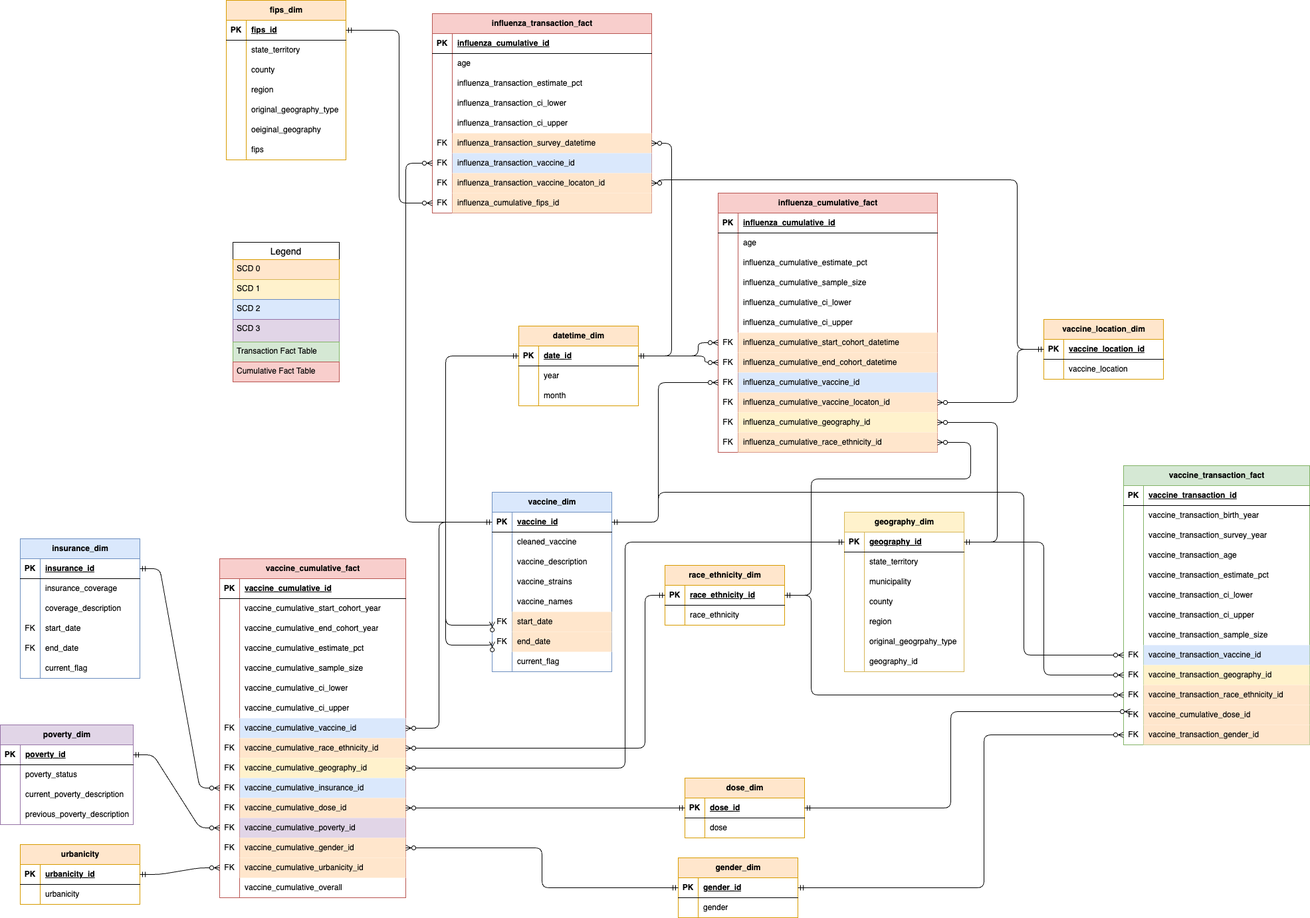
This is delta_report_erd.png from ameeracadam/cs689project, a draw.io export, as it was before one commit. Source tidied: cells renumbered, new cells last; positions are measured from the earlier drawing's top-left corner, leaving out a move shared by most shapes.
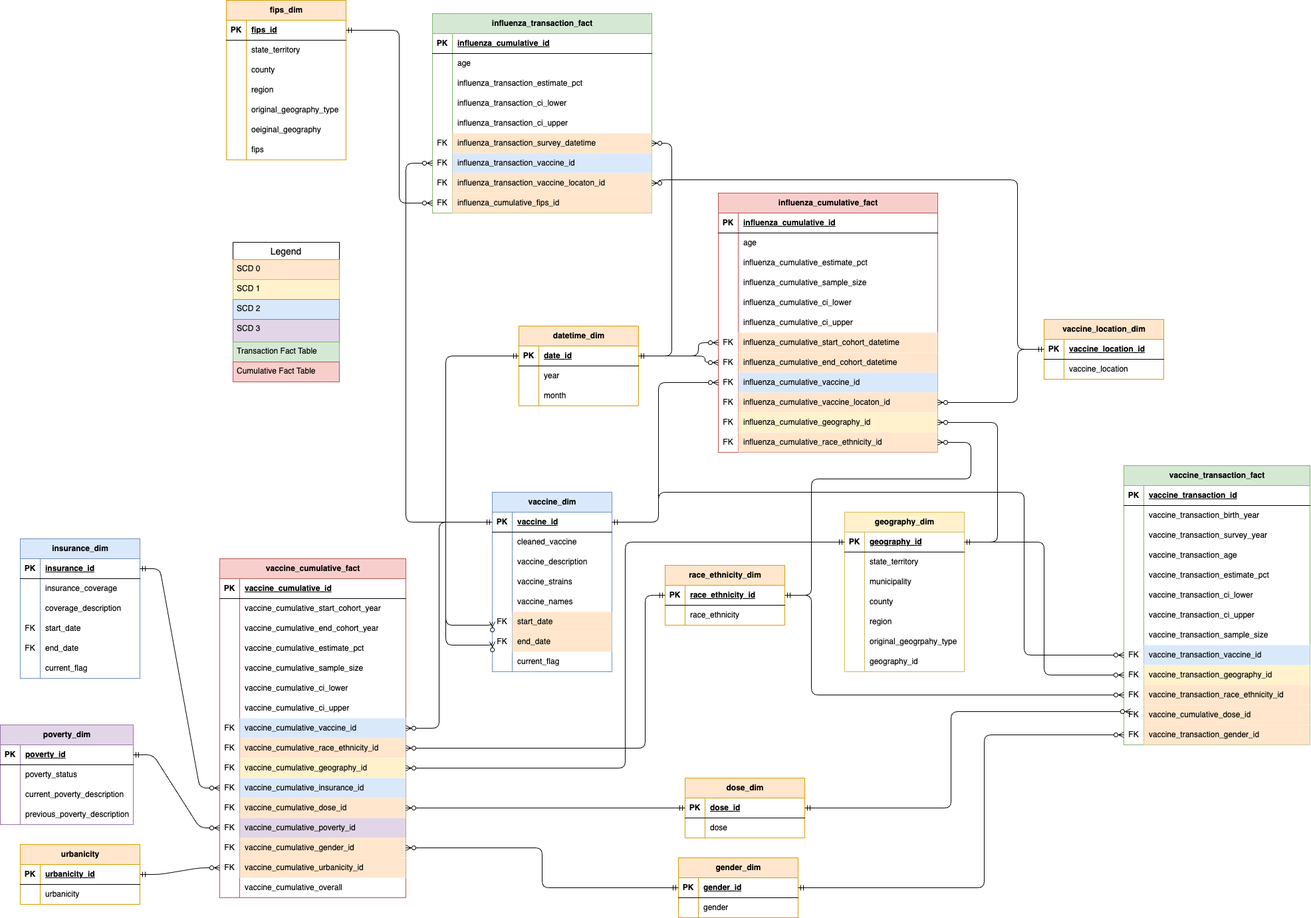
Above is the later version.

Diff of the diagram source:
```diff
@@ -926,7 +926,7 @@
         </Array>
       </mxGeometry>
     </mxCell>
-    <mxCell id="281" value="influenza_transaction_fact" style="shape=table;startSize=30;rowLines=0;fontStyle=1;align=center;html=1;fillColor=#f8cecc;strokeColor=#b85450;" parent="1" vertex="1">
+    <mxCell id="281" value="influenza_transaction_fact" style="shape=table;startSize=30;rowLines=0;fontStyle=1;align=center;html=1;fillColor=#d5e8d4;strokeColor=#82b366;" parent="1" vertex="1">
       <mxGeometry x="650" y="20" width="330" height="300" as="geometry" />
     </mxCell>
     <mxCell id="282" style="shape=tableRow;horizontal=0;startSize=0;swimlaneHead=0;swimlaneBody=0;fillColor=none;top=0;left=0;right=0;bottom=1;" parent="281" vertex="1">
```
